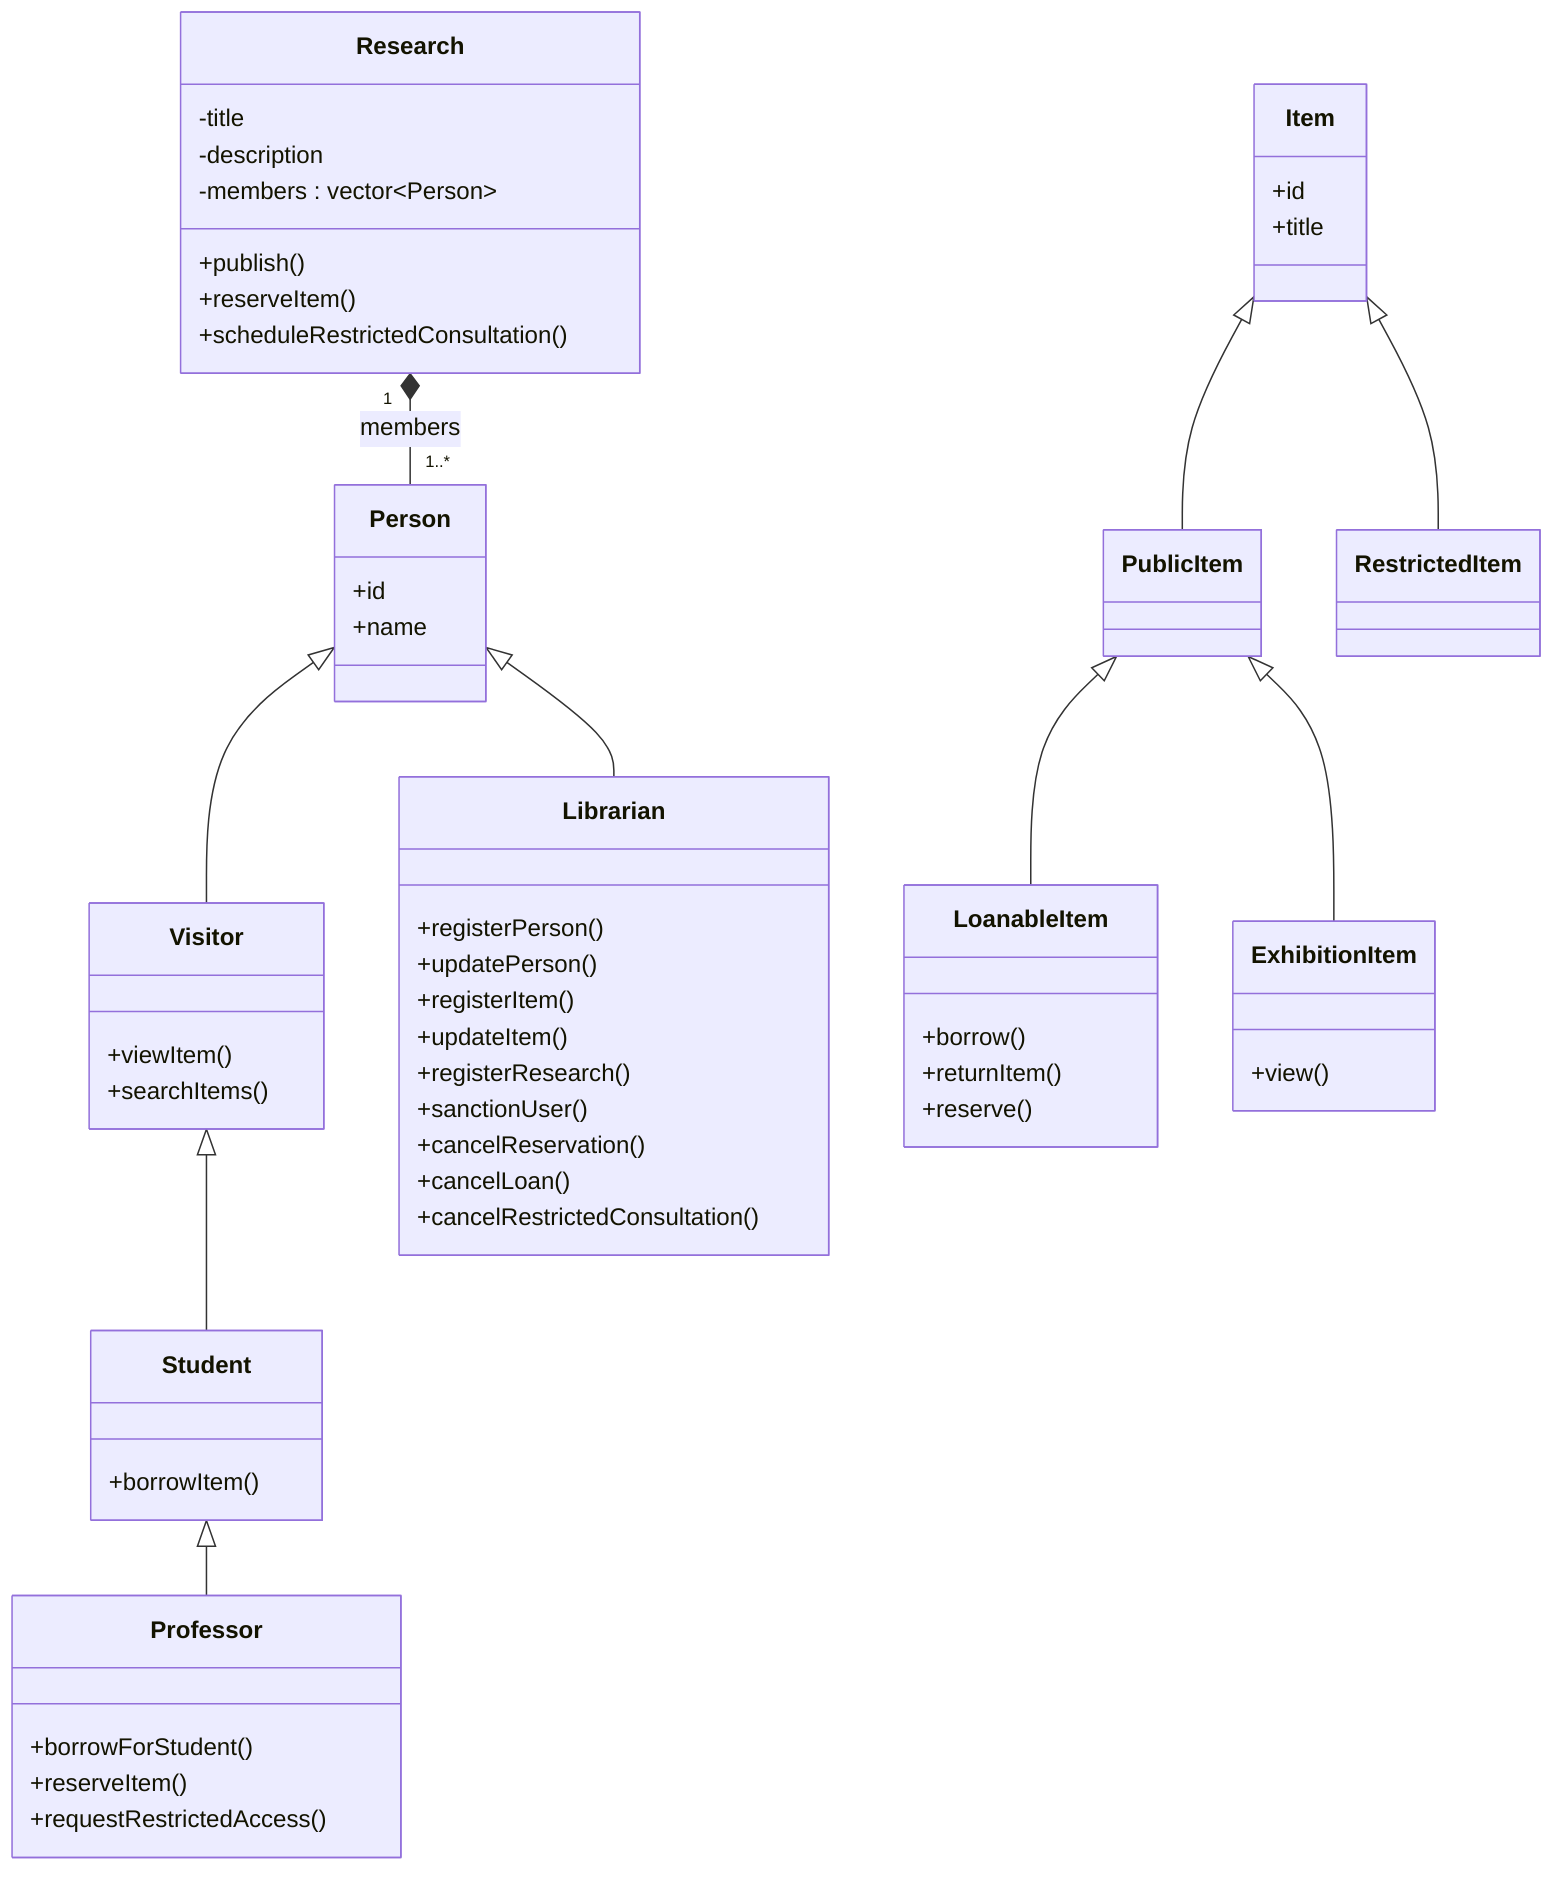
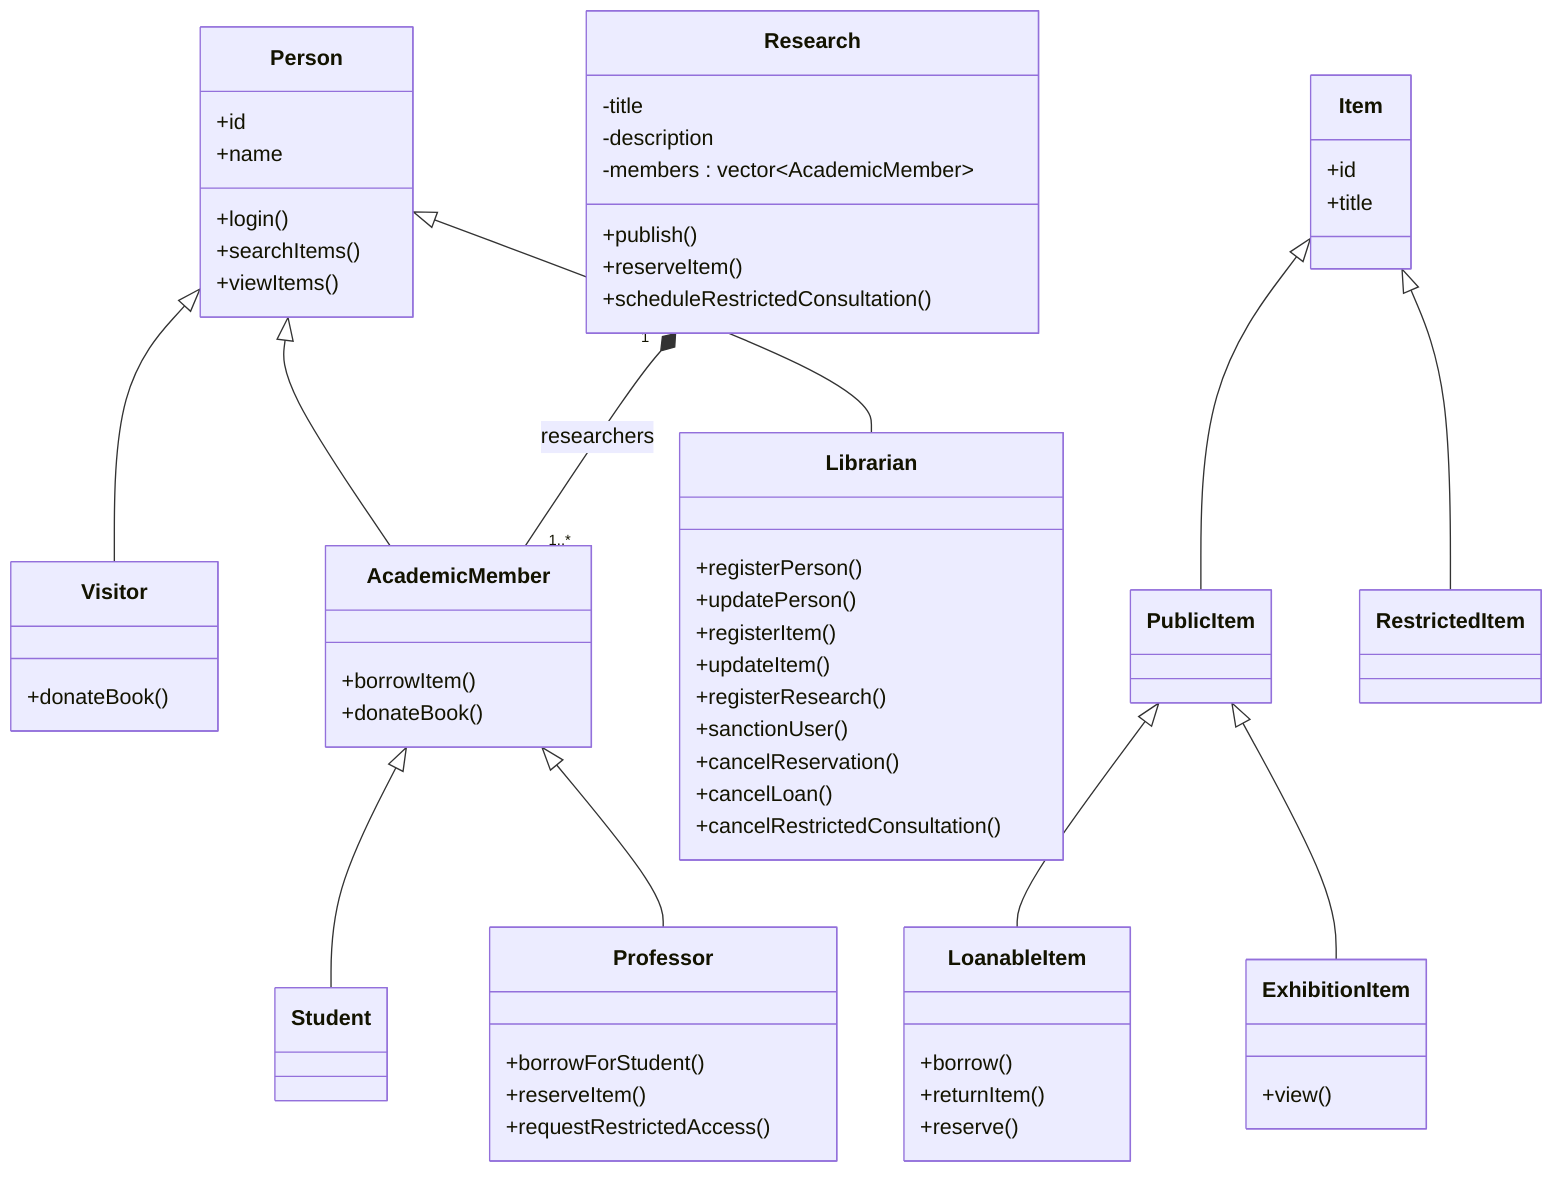
classDiagram

%%==========================
%% PESSOAS
%%==========================

class Person{
    +id
    +name
+     +login()
+     +searchItems()
+     +viewItems()
}

class Visitor{
-     +viewItem()
-     +searchItems()
+     +donateBook()
}

- class Student{
+ class AcademicMember{
    +borrowItem()
+     +donateBook()
}
+ 
+ class Student

class Professor{
    +borrowForStudent()
    +reserveItem()
    +requestRestrictedAccess()
}

class Librarian{
    +registerPerson()
    +updatePerson()
    +registerItem()
    +updateItem()
    +registerResearch()
    +sanctionUser()
    +cancelReservation()
    +cancelLoan()
    +cancelRestrictedConsultation()
}

Person <|-- Visitor
- Visitor <|-- Student
- Student <|-- Professor
+ Person <|-- AcademicMember
Person <|-- Librarian
+ 
+ AcademicMember <|-- Student
+ AcademicMember <|-- Professor


%%==========================
%% PESQUISA
%%==========================

class Research{
    -title
    -description
-     -members : vector~Person~
+     -members : vector~AcademicMember~
    +publish()
    +reserveItem()
    +scheduleRestrictedConsultation()
}

- Research "1" *-- "1..*" Person : members
+ Research "1" *-- "1..*" AcademicMember : researchers


%%==========================
%% ITENS
%%==========================

class Item{
    +id
    +title
}

class PublicItem

class RestrictedItem

class LoanableItem{
    +borrow()
    +returnItem()
    +reserve()
}

class ExhibitionItem{
    +view()
}

Item <|-- PublicItem
Item <|-- RestrictedItem

PublicItem <|-- LoanableItem
PublicItem <|-- ExhibitionItem
